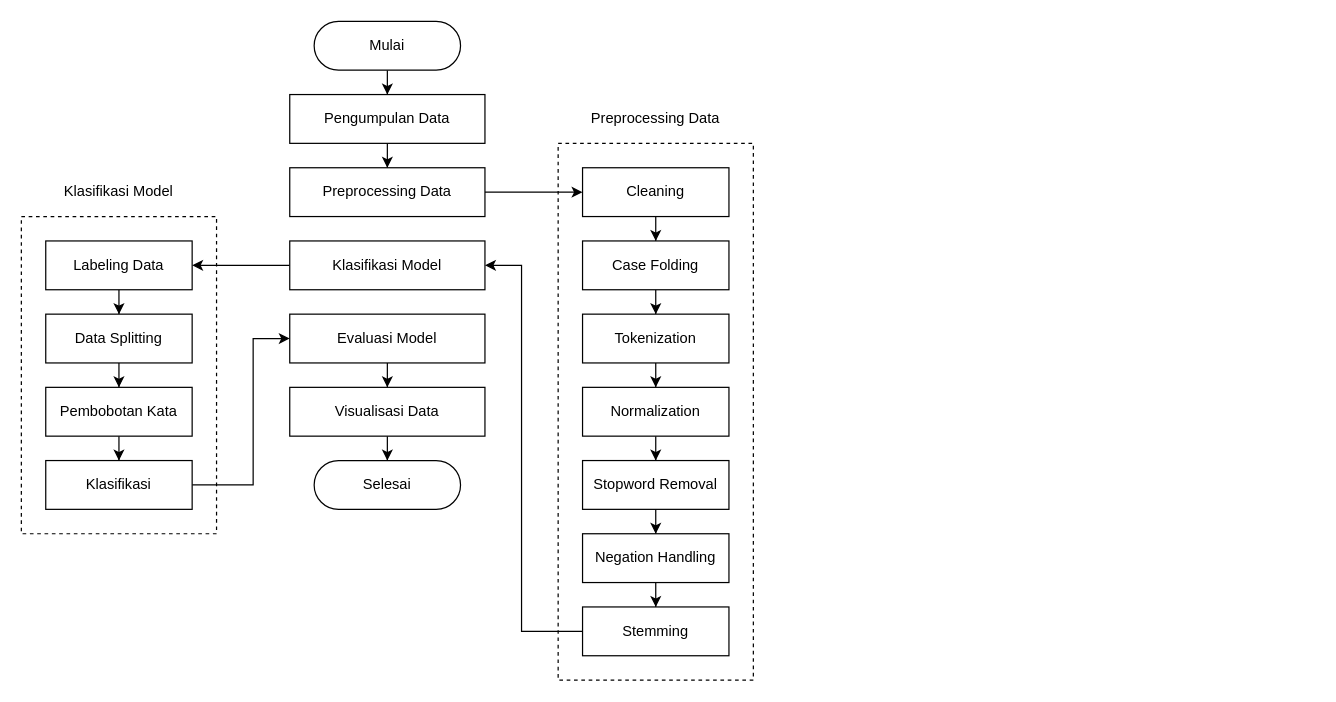
The draw.io diagram page "Flow" (1 of 10) of Untitled Diagram.drawio in mksyfla/analysis-sentiment-using-svm, before the edit. Source tidied: cells renumbered, new cells numbered last; positions are measured from the earlier drawing's top-left corner, leaving out a move shared by most shapes. Both pictures are drawn from the tidied source at 122%, with x=0, y=0 at pixel (21, 21).
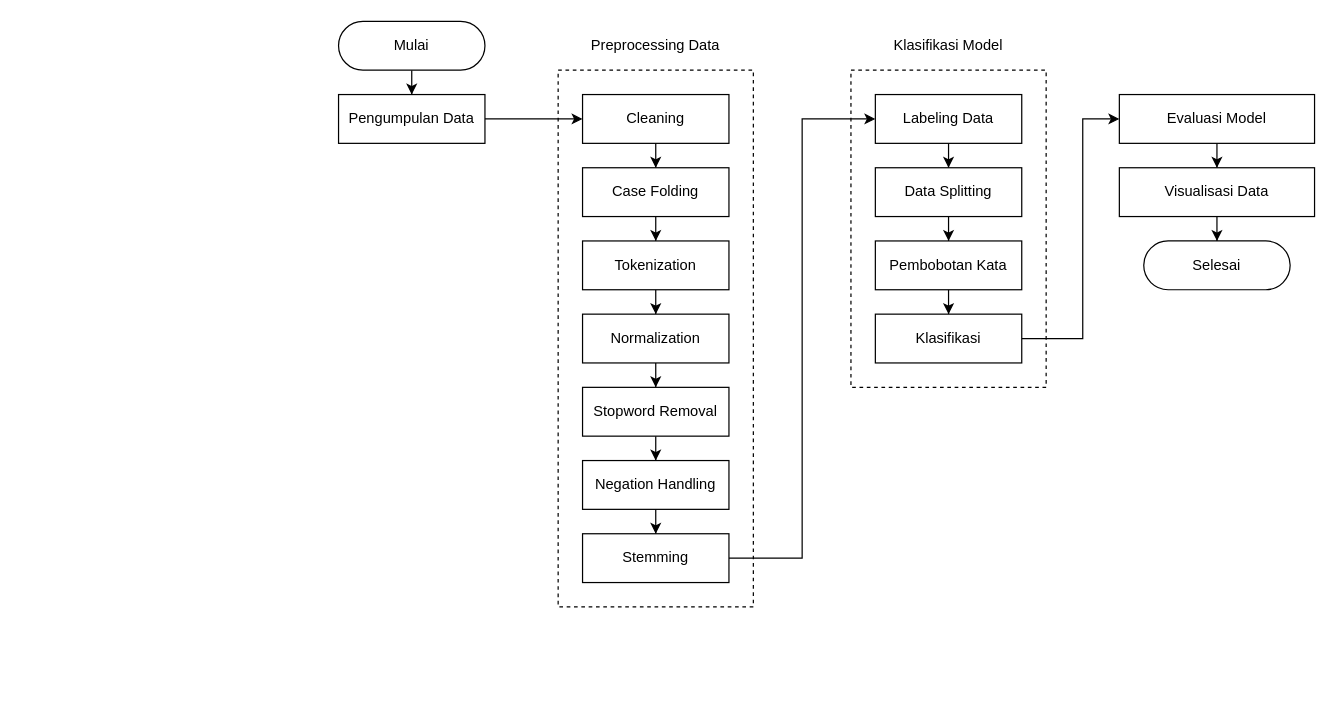
Above is the later version.

What changed in the source:
```diff
@@
     <mxCell id="2" style="html=1;dashed=1;whiteSpace=wrap;fillColor=none;" parent="1" vertex="1">
-      <mxGeometry y="160" width="160" height="260" as="geometry" />
+      <mxGeometry x="680" y="40" width="160" height="260" as="geometry" />
     </mxCell>
     <mxCell id="3" style="html=1;dashed=1;whiteSpace=wrap;fillColor=none;" parent="1" vertex="1">
-      <mxGeometry x="440" y="100" width="160" height="440" as="geometry" />
+      <mxGeometry x="440" y="40" width="160" height="440" as="geometry" />
     </mxCell>
     <mxCell id="4" value="Cleaning" style="html=1;dashed=0;whiteSpace=wrap;" parent="1" vertex="1">
-      <mxGeometry x="460" y="120" width="120" height="40" as="geometry" />
+      <mxGeometry x="460" y="60" width="120" height="40" as="geometry" />
     </mxCell>
@@
     <mxCell id="6" value="Mulai" style="html=1;dashed=0;whiteSpace=wrap;shape=mxgraph.dfd.start;" parent="1" vertex="1">
-      <mxGeometry x="240" width="120" height="40" as="geometry" />
+      <mxGeometry x="260" width="120" height="40" as="geometry" />
     </mxCell>
-    <mxCell id="7" style="edgeStyle=orthogonalEdgeStyle;rounded=0;jettySize=auto;html=1;" parent="1" edge="1" source="8" target="36">
-      <mxGeometry relative="1" as="geometry" />
-    </mxCell>
+    <mxCell id="41" style="edgeStyle=orthogonalEdgeStyle;rounded=0;jettySize=auto;html=1;entryX=0;entryY=0.5;entryDx=0;entryDy=0;" parent="1" edge="1" source="8" target="4">
+      <mxGeometry relative="1" as="geometry">
+        <Array as="points">
+          <mxPoint x="370" y="80" />
+          <mxPoint x="370" y="80" />
+        </Array>
+      </mxGeometry>
+    </mxCell>
     <mxCell id="8" value="Pengumpulan Data" style="html=1;dashed=0;whiteSpace=wrap;" parent="1" vertex="1">
-      <mxGeometry x="220" y="60" width="160" height="40" as="geometry" />
+      <mxGeometry x="260" y="60" width="120" height="40" as="geometry" />
     </mxCell>
@@
     <mxCell id="11" value="Case Folding" style="html=1;dashed=0;whiteSpace=wrap;" parent="1" vertex="1">
-      <mxGeometry x="460" y="180" width="120" height="40" as="geometry" />
+      <mxGeometry x="460" y="120" width="120" height="40" as="geometry" />
     </mxCell>
@@
     <mxCell id="13" value="Tokenization" style="html=1;dashed=0;whiteSpace=wrap;" parent="1" vertex="1">
-      <mxGeometry x="460" y="240" width="120" height="40" as="geometry" />
+      <mxGeometry x="460" y="180" width="120" height="40" as="geometry" />
     </mxCell>
@@
     <mxCell id="15" value="Normalization" style="html=1;dashed=0;whiteSpace=wrap;" parent="1" vertex="1">
-      <mxGeometry x="460" y="300" width="120" height="40" as="geometry" />
+      <mxGeometry x="460" y="240" width="120" height="40" as="geometry" />
     </mxCell>
@@
     <mxCell id="17" value="Stopword Removal" style="html=1;dashed=0;whiteSpace=wrap;" parent="1" vertex="1">
-      <mxGeometry x="460" y="360" width="120" height="40" as="geometry" />
+      <mxGeometry x="460" y="300" width="120" height="40" as="geometry" />
     </mxCell>
@@
     <mxCell id="19" value="Negation Handling" style="html=1;dashed=0;whiteSpace=wrap;" parent="1" vertex="1">
-      <mxGeometry x="460" y="420" width="120" height="40" as="geometry" />
+      <mxGeometry x="460" y="360" width="120" height="40" as="geometry" />
     </mxCell>
-    <mxCell id="20" style="edgeStyle=orthogonalEdgeStyle;rounded=0;jettySize=auto;html=1;entryX=1;entryY=0.5;entryDx=0;entryDy=0;" parent="1" edge="1" source="21" target="38">
-      <mxGeometry relative="1" as="geometry">
-        <Array as="points">
-          <mxPoint x="410" y="500" />
-          <mxPoint x="410" y="200" />
-        </Array>
-      </mxGeometry>
-    </mxCell>
+    <mxCell id="42" style="edgeStyle=orthogonalEdgeStyle;rounded=0;jettySize=auto;html=1;" parent="1" edge="1" source="21" target="25">
+      <mxGeometry relative="1" as="geometry">
+        <Array as="points">
+          <mxPoint x="640" y="440" />
+          <mxPoint x="640" y="80" />
+        </Array>
+      </mxGeometry>
+    </mxCell>
     <mxCell id="21" value="Stemming" style="html=1;dashed=0;whiteSpace=wrap;" parent="1" vertex="1">
-      <mxGeometry x="460" y="480" width="120" height="40" as="geometry" />
+      <mxGeometry x="460" y="420" width="120" height="40" as="geometry" />
     </mxCell>
@@
     <mxCell id="23" value="Evaluasi Model" style="html=1;dashed=0;whiteSpace=wrap;" parent="1" vertex="1">
-      <mxGeometry x="220" y="240" width="160" height="40" as="geometry" />
+      <mxGeometry x="900" y="60" width="160" height="40" as="geometry" />
     </mxCell>
@@
     <mxCell id="25" value="Labeling Data" style="html=1;dashed=0;whiteSpace=wrap;" parent="1" vertex="1">
-      <mxGeometry x="20" y="180" width="120" height="40" as="geometry" />
+      <mxGeometry x="700" y="60" width="120" height="40" as="geometry" />
     </mxCell>
@@
     <mxCell id="27" value="Data Splitting" style="html=1;dashed=0;whiteSpace=wrap;" parent="1" vertex="1">
-      <mxGeometry x="20" y="240" width="120" height="40" as="geometry" />
+      <mxGeometry x="700" y="120" width="120" height="40" as="geometry" />
     </mxCell>
@@
     <mxCell id="29" value="Pembobotan Kata" style="html=1;dashed=0;whiteSpace=wrap;" parent="1" vertex="1">
-      <mxGeometry x="20" y="300" width="120" height="40" as="geometry" />
+      <mxGeometry x="700" y="180" width="120" height="40" as="geometry" />
     </mxCell>
-    <mxCell id="30" style="edgeStyle=orthogonalEdgeStyle;rounded=0;jettySize=auto;html=1;entryX=0;entryY=0.5;entryDx=0;entryDy=0;" parent="1" edge="1" source="31" target="23">
+    <mxCell id="30" style="edgeStyle=orthogonalEdgeStyle;rounded=0;jettySize=auto;html=1;" parent="1" edge="1" source="31" target="23">
       <mxGeometry relative="1" as="geometry">
         <Array as="points">
-          <mxPoint x="190" y="380" />
-          <mxPoint x="190" y="260" />
+          <mxPoint x="870" y="260" />
+          <mxPoint x="870" y="80" />
         </Array>
       </mxGeometry>
     </mxCell>
     <mxCell id="31" value="Klasifikasi" style="html=1;dashed=0;whiteSpace=wrap;" parent="1" vertex="1">
-      <mxGeometry x="20" y="360" width="120" height="40" as="geometry" />
+      <mxGeometry x="700" y="240" width="120" height="40" as="geometry" />
     </mxCell>
     <mxCell id="32" value="Selesai" style="html=1;dashed=0;whiteSpace=wrap;shape=mxgraph.dfd.start;" parent="1" vertex="1">
-      <mxGeometry x="240" y="360" width="120" height="40" as="geometry" />
+      <mxGeometry x="920" y="180" width="120" height="40" as="geometry" />
     </mxCell>
     <mxCell id="33" value="Preprocessing Data" style="text;html=1;align=center;verticalAlign=middle;whiteSpace=wrap;rounded=0;" parent="1" vertex="1">
-      <mxGeometry x="440" y="60" width="160" height="40" as="geometry" />
+      <mxGeometry x="440" width="160" height="40" as="geometry" />
     </mxCell>
     <mxCell id="34" value="Klasifikasi Model" style="text;html=1;align=center;verticalAlign=middle;whiteSpace=wrap;rounded=0;" parent="1" vertex="1">
-      <mxGeometry y="120" width="160" height="40" as="geometry" />
+      <mxGeometry x="680" width="160" height="40" as="geometry" />
     </mxCell>
-    <mxCell id="35" style="edgeStyle=orthogonalEdgeStyle;rounded=0;jettySize=auto;html=1;" parent="1" edge="1" source="36" target="4">
-      <mxGeometry relative="1" as="geometry" />
-    </mxCell>
-    <mxCell id="36" value="Preprocessing Data" style="html=1;dashed=0;whiteSpace=wrap;" parent="1" vertex="1">
-      <mxGeometry x="220" y="120" width="160" height="40" as="geometry" />
-    </mxCell>
-    <mxCell id="37" style="edgeStyle=orthogonalEdgeStyle;rounded=0;jettySize=auto;html=1;" parent="1" edge="1" source="38" target="25">
-      <mxGeometry relative="1" as="geometry" />
-    </mxCell>
-    <mxCell id="38" value="Klasifikasi Model" style="html=1;dashed=0;whiteSpace=wrap;" parent="1" vertex="1">
-      <mxGeometry x="220" y="180" width="160" height="40" as="geometry" />
-    </mxCell>
@@
     <mxCell id="40" value="Visualisasi Data" style="html=1;dashed=0;whiteSpace=wrap;" parent="1" vertex="1">
-      <mxGeometry x="220" y="300" width="160" height="40" as="geometry" />
+      <mxGeometry x="900" y="120" width="160" height="40" as="geometry" />
     </mxCell>
```
